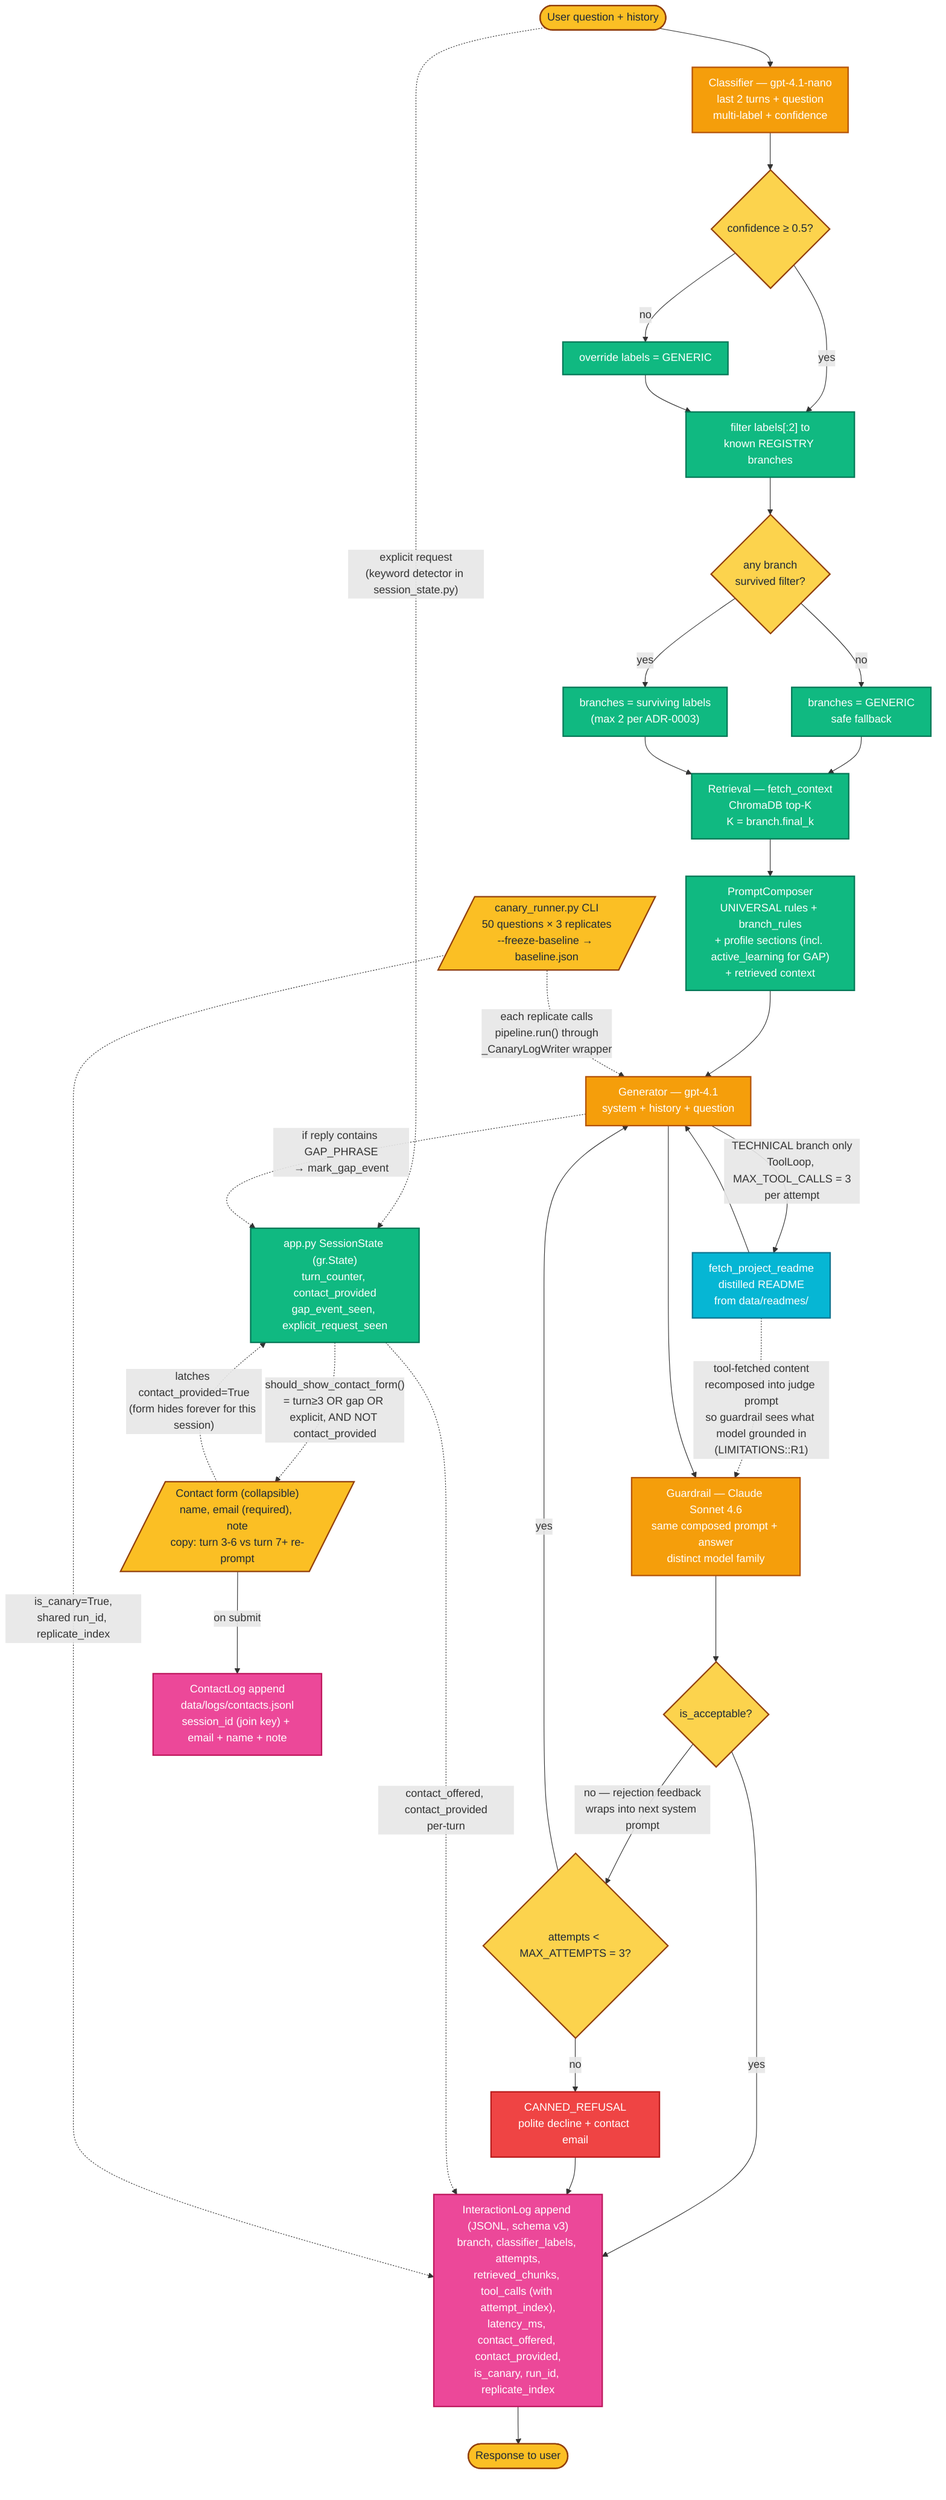
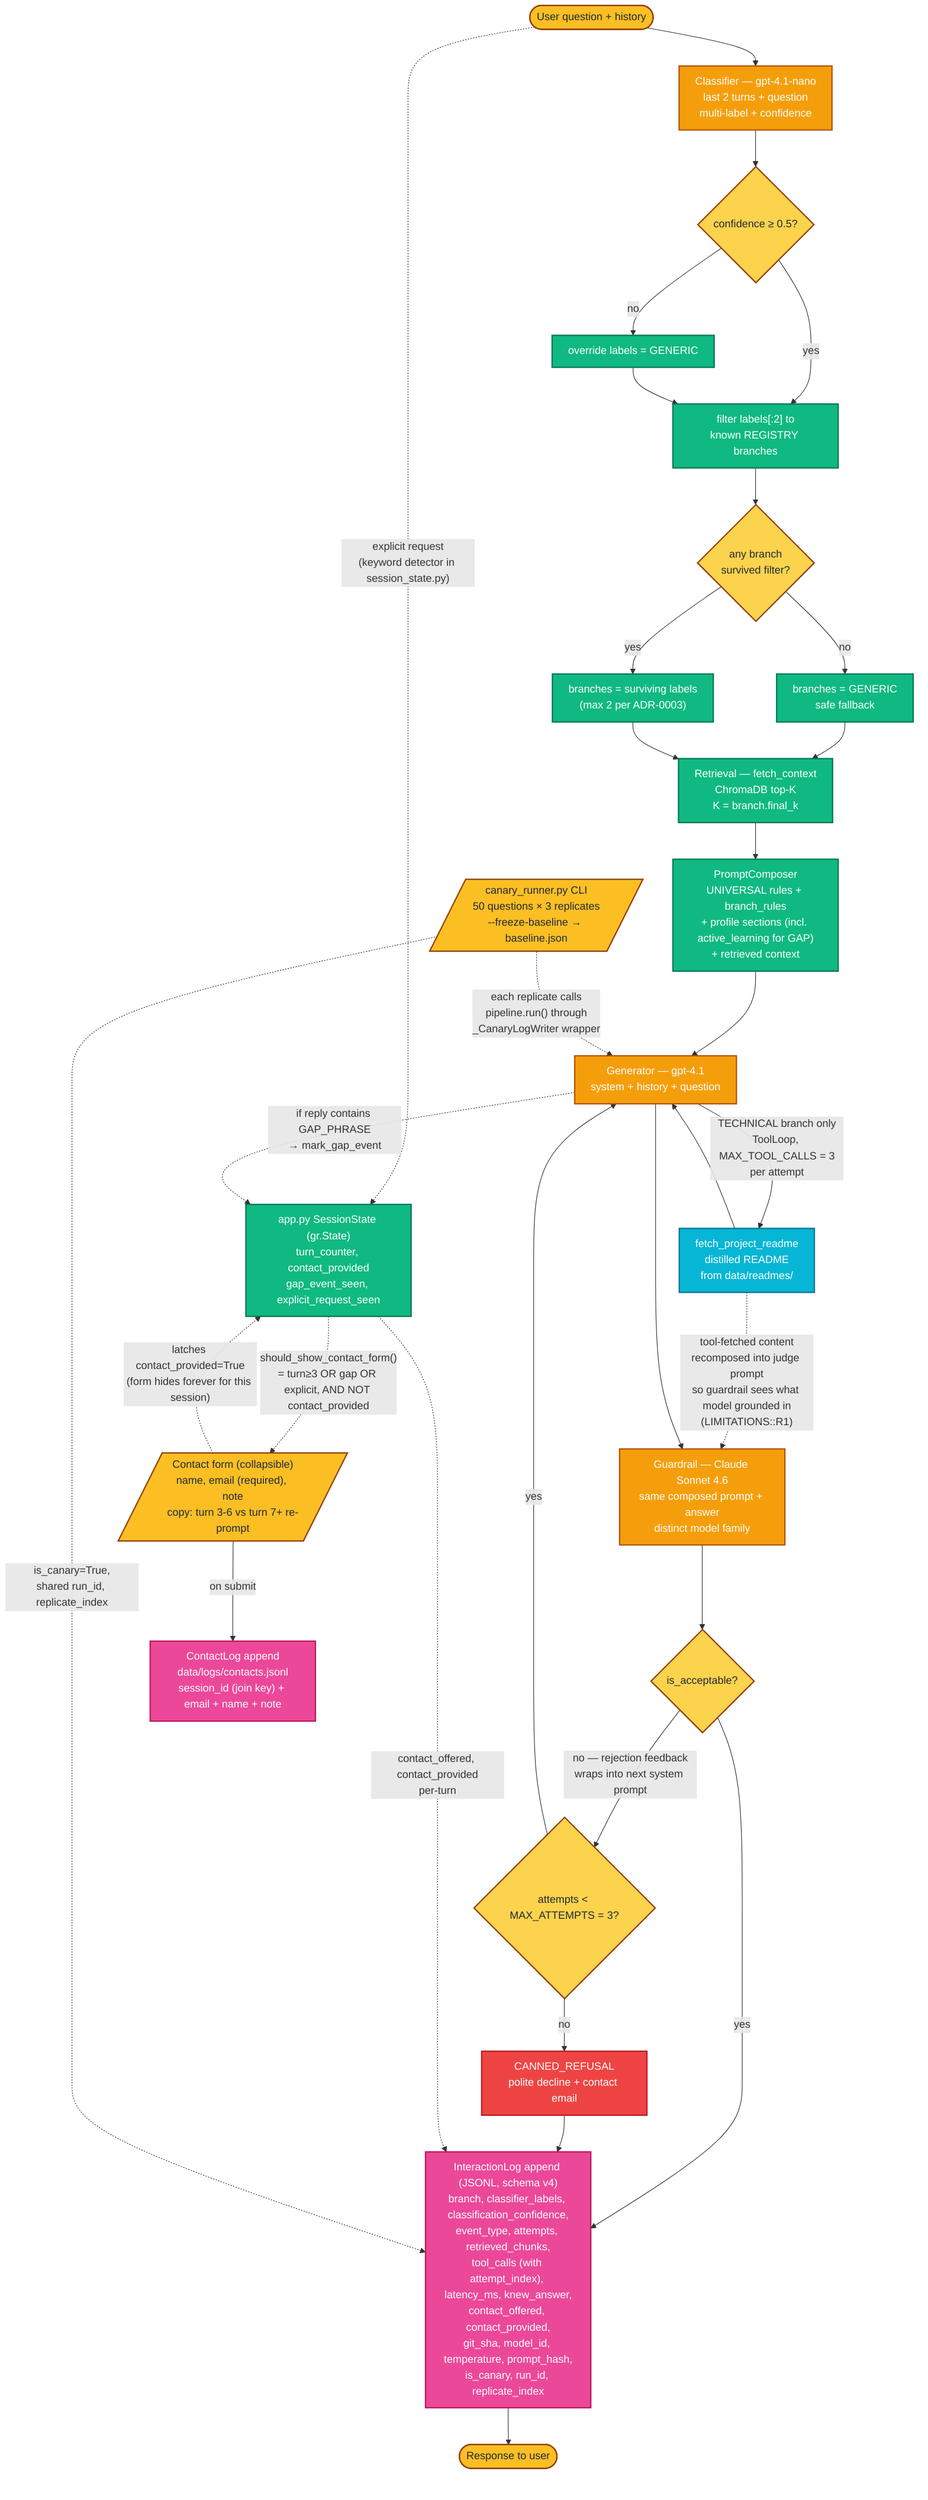
%%{init: {'flowchart': {'nodeSpacing': 45, 'rankSpacing': 55, 'curve': 'basis', 'padding': 12}}}%%
%% Hand-editable runtime pipeline diagram for the Digital Twin.
%% Edit this file whenever pipeline behaviour changes — new branch, new tool,
%% new decision point, retry policy change, new log field. After editing run:
%%   uv run python src/system_map.py
%% to regenerate docs/MAP.md and docs/MAP.html (both this diagram and the
%% auto-generated module graph).
%% Colour conventions: orange = LLM call, green = pure transform,
%% yellow = decision, pink = side effect, red = canned refusal,
%% cyan = model-callable tool (TECHNICAL branch),
%% dashed grey = future / not yet wired.
flowchart TD
  classDef io fill:#fbbf24,stroke:#92400e,color:#1f2937,stroke-width:2px
  classDef llm fill:#f59e0b,stroke:#b45309,color:#ffffff,stroke-width:2px
  classDef decision fill:#fcd34d,stroke:#92400e,color:#1f2937,stroke-width:2px
  classDef pure fill:#10b981,stroke:#047857,color:#ffffff,stroke-width:2px
  classDef sideEffect fill:#ec4899,stroke:#be185d,color:#ffffff,stroke-width:2px
  classDef refusal fill:#ef4444,stroke:#b91c1c,color:#ffffff,stroke-width:2px
  classDef tool fill:#06b6d4,stroke:#0e7490,color:#ffffff,stroke-width:2px
  classDef future fill:#cbd5e1,stroke:#64748b,color:#1f2937,stroke-width:2px,stroke-dasharray:5 4

  USER([User question + history]):::io
  USER --> CLASSIFY["Classifier — gpt-4.1-nano<br/>last 2 turns + question<br/>multi-label + confidence"]:::llm
  CLASSIFY --> CONF{"confidence &ge; 0.5?"}:::decision
  CONF -->|no| GENFALL["override labels = GENERIC"]:::pure
  CONF -->|yes| FILTER["filter labels[:2] to<br/>known REGISTRY branches"]:::pure
  GENFALL --> FILTER
  FILTER --> EMPTY{"any branch<br/>survived filter?"}:::decision
  EMPTY -->|no| GENFALL2["branches = GENERIC<br/>safe fallback"]:::pure
  EMPTY -->|yes| ROUTE["branches = surviving labels<br/>(max 2 per ADR-0003)"]:::pure
  GENFALL2 --> RETR
  ROUTE --> RETR["Retrieval — fetch_context<br/>ChromaDB top-K<br/>K = branch.final_k"]:::pure
  RETR --> COMP["PromptComposer<br/>UNIVERSAL rules + branch_rules<br/>+ profile sections (incl. active_learning for GAP)<br/>+ retrieved context"]:::pure
  COMP --> GEN["Generator — gpt-4.1<br/>system + history + question"]:::llm
  GEN -->|"TECHNICAL branch only<br/>ToolLoop, MAX_TOOL_CALLS = 3<br/>per attempt"| TOOL["fetch_project_readme<br/>distilled README<br/>from data/readmes/"]:::tool
  TOOL --> GEN
  TOOL -.->|"tool-fetched content<br/>recomposed into judge prompt<br/>so guardrail sees what model grounded in<br/>(LIMITATIONS::R1)"| JUDGE
  GEN --> JUDGE["Guardrail — Claude Sonnet 4.6<br/>same composed prompt + answer<br/>distinct model family"]:::llm
  JUDGE --> ACCEPT{"is_acceptable?"}:::decision
-   ACCEPT -->|yes| LOG["InteractionLog append (JSONL, schema v3)<br/>branch, classifier_labels, attempts,<br/>retrieved_chunks, tool_calls (with attempt_index),<br/>latency_ms, contact_offered, contact_provided,<br/>is_canary, run_id, replicate_index"]:::sideEffect
+   ACCEPT -->|yes| LOG["InteractionLog append (JSONL, schema v4)<br/>branch, classifier_labels, classification_confidence,<br/>event_type, attempts, retrieved_chunks,<br/>tool_calls (with attempt_index), latency_ms, knew_answer,<br/>contact_offered, contact_provided,<br/>git_sha, model_id, temperature, prompt_hash,<br/>is_canary, run_id, replicate_index"]:::sideEffect
  ACCEPT -->|"no — rejection feedback<br/>wraps into next system prompt"| RETRY{"attempts &lt; MAX_ATTEMPTS = 3?"}:::decision
  RETRY -->|yes| GEN
  RETRY -->|no| REFUSE["CANNED_REFUSAL<br/>polite decline + contact email"]:::refusal
  REFUSE --> LOG
  LOG --> RESP([Response to user]):::io

  %% Contact-flow side-channel (#16 + Session 26 expansion) — runs in app.py
  %% outside the per-turn pipeline. SessionState (in gr.State) holds three
  %% independent triggers (turn-3, gap event, explicit request); any of them
  %% surfaces the form. contact_provided=True latches all triggers off.
  %% Form copy switches at turn 7 to a re-engagement nudge.
  STATE["app.py SessionState (gr.State)<br/>turn_counter, contact_provided<br/>gap_event_seen, explicit_request_seen"]:::pure
  STATE -.->|"contact_offered, contact_provided<br/>per-turn"| LOG
  USER -.->|"explicit request<br/>(keyword detector in session_state.py)"| STATE
  GEN -.->|"if reply contains GAP_PHRASE<br/>→ mark_gap_event"| STATE
  FORM[/"Contact form (collapsible)<br/>name, email (required), note<br/>copy: turn 3-6 vs turn 7+ re-prompt"/]:::io
  STATE -.->|"should_show_contact_form()<br/>= turn≥3 OR gap OR explicit, AND NOT contact_provided"| FORM
  FORM -->|"on submit"| CONTACTS["ContactLog append<br/>data/logs/contacts.jsonl<br/>session_id (join key) + email + name + note"]:::sideEffect
  FORM -.->|"latches contact_provided=True<br/>(form hides forever for this session)"| STATE

  %% Canary side-channel (#39) — runs via CLI, not auto-refresh.
  %% _CanaryLogWriter wraps LogWriter to inject is_canary/run_id/replicate_index.
  %% Records land in the same interactions.jsonl as live records; DashboardModel
  %% filters them out by default (include_canary=False) so live tabs are unaffected.
  CANARY[/"canary_runner.py CLI<br/>50 questions × 3 replicates<br/>--freeze-baseline → baseline.json"/]:::io
  CANARY -.->|"each replicate calls<br/>pipeline.run() through<br/>_CanaryLogWriter wrapper"| GEN
  CANARY -.->|"is_canary=True,<br/>shared run_id, replicate_index"| LOG
